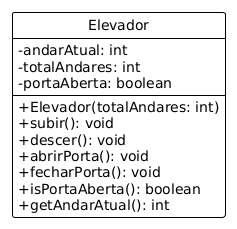
Above: elevador/resources/images/diagrama.png in andreyyyon/POO (PlantUML), before the change.
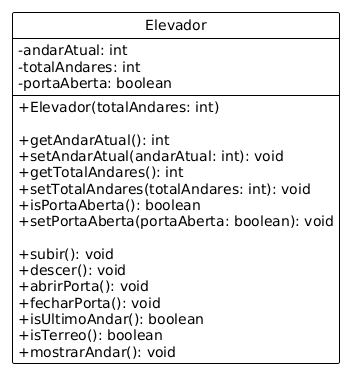
After the change.

Commit message:
upd: diagram

What changed in the source:
```diff
@@ -9,11 +9,20 @@
   - portaAberta: boolean
 
   + Elevador(totalAndares: int)
+
+  + getAndarAtual(): int
+  + setAndarAtual(andarAtual: int): void
+  + getTotalAndares(): int
+  + setTotalAndares(totalAndares: int): void
+  + isPortaAberta(): boolean
+  + setPortaAberta(portaAberta: boolean): void
+
   + subir(): void
   + descer(): void
   + abrirPorta(): void
   + fecharPorta(): void
-  + isPortaAberta(): boolean
-  + getAndarAtual(): int
+  + isUltimoAndar(): boolean
+  + isTerreo(): boolean
+  + mostrarAndar(): void
 }
 @enduml
```
